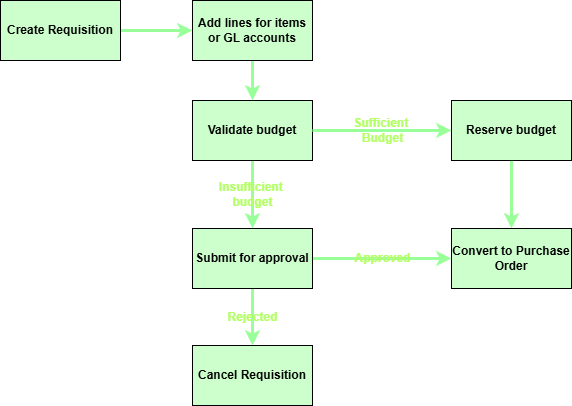
braintree-brainworx/Braintree-PPS-Cloud keeps this draw.io diagram as Project-Management/Purchases.drawio.png. Above is the earlier version. Source tidied: cells renumbered, new cells last; positions are measured from the earlier drawing's top-left corner, leaving out a move shared by most shapes.
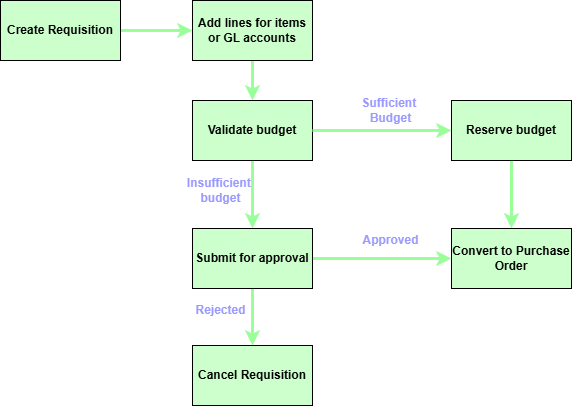
After the change.

Diff of the diagram source:
```diff
@@ -14,14 +14,14 @@
     <mxCell id="5" value="Add lines for items or GL accounts" style="rounded=0;whiteSpace=wrap;html=1;fontFamily=Helvetica;fontSize=12;fontColor=default;labelBackgroundColor=none;fontStyle=1;fillStyle=solid;fillColor=#CCFFCC;" parent="1" vertex="1">
       <mxGeometry x="192" width="120" height="60" as="geometry" />
     </mxCell>
-    <mxCell id="6" value="&lt;font style=&quot;color: rgb(179, 255, 102);&quot;&gt;Insufficient&amp;nbsp;&lt;/font&gt;&lt;div&gt;&lt;font style=&quot;color: rgb(179, 255, 102);&quot;&gt;budget&lt;/font&gt;&lt;/div&gt;" style="edgeStyle=orthogonalEdgeStyle;shape=connector;rounded=1;html=1;strokeColor=#99FF99;strokeWidth=3;align=center;verticalAlign=middle;fontFamily=Helvetica;fontSize=12;fontColor=default;labelBackgroundColor=none;endArrow=classic;fontStyle=1;" parent="1" edge="1" source="7" target="14">
-      <mxGeometry relative="1" as="geometry" />
+    <mxCell id="6" value="&lt;font style=&quot;color: rgb(153, 153, 255);&quot;&gt;Insufficient&amp;nbsp;&lt;/font&gt;&lt;div&gt;&lt;font style=&quot;color: rgb(153, 153, 255);&quot;&gt;budget&lt;/font&gt;&lt;/div&gt;" style="edgeStyle=orthogonalEdgeStyle;shape=connector;rounded=1;html=1;strokeColor=#99FF99;strokeWidth=3;align=center;verticalAlign=middle;fontFamily=Helvetica;fontSize=12;fontColor=default;labelBackgroundColor=none;endArrow=classic;fontStyle=1;" parent="1" edge="1" source="7" target="14">
+      <mxGeometry x="-0.12" y="-32" relative="1" as="geometry" />
     </mxCell>
     <mxCell id="7" value="Validate budget" style="whiteSpace=wrap;html=1;fontSize=12;rounded=0;labelBackgroundColor=none;fontStyle=1;fillStyle=solid;fillColor=#CCFFCC;" parent="1" vertex="1">
       <mxGeometry x="192" y="100" width="120" height="60" as="geometry" />
     </mxCell>
-    <mxCell id="8" value="&lt;font style=&quot;color: rgb(179, 255, 102);&quot;&gt;Sufficient&amp;nbsp;&lt;/font&gt;&lt;div&gt;&lt;font style=&quot;color: rgb(179, 255, 102);&quot;&gt;Budget&lt;/font&gt;&lt;/div&gt;" style="edgeStyle=orthogonalEdgeStyle;shape=connector;rounded=1;html=1;strokeColor=#99FF99;strokeWidth=3;align=center;verticalAlign=middle;fontFamily=Helvetica;fontSize=12;fontColor=#66FF66;labelBackgroundColor=none;endArrow=classic;exitX=1;exitY=0.5;exitDx=0;exitDy=0;fontStyle=1;" parent="1" edge="1" source="7" target="10">
-      <mxGeometry x="0.01" relative="1" as="geometry" />
+    <mxCell id="8" value="&lt;font style=&quot;color: rgb(153, 153, 255);&quot;&gt;Sufficient&amp;nbsp;&lt;/font&gt;&lt;div&gt;&lt;font style=&quot;color: rgb(153, 153, 255);&quot;&gt;Budget&lt;/font&gt;&lt;/div&gt;" style="edgeStyle=orthogonalEdgeStyle;shape=connector;rounded=1;html=1;strokeColor=#99FF99;strokeWidth=3;align=center;verticalAlign=middle;fontFamily=Helvetica;fontSize=12;fontColor=#9999FF;labelBackgroundColor=none;endArrow=classic;exitX=1;exitY=0.5;exitDx=0;exitDy=0;fontStyle=1;" parent="1" edge="1" source="7" target="10">
+      <mxGeometry x="0.12" y="20" relative="1" as="geometry" />
     </mxCell>
     <mxCell id="9" style="edgeStyle=orthogonalEdgeStyle;shape=connector;rounded=1;html=1;strokeColor=#99FF99;strokeWidth=3;align=center;verticalAlign=middle;fontFamily=Helvetica;fontSize=12;fontColor=default;labelBackgroundColor=none;endArrow=classic;fontStyle=1;" parent="1" edge="1" source="10" target="11">
       <mxGeometry relative="1" as="geometry" />
@@ -32,11 +32,11 @@
     <mxCell id="11" value="Convert to Purchase Order" style="whiteSpace=wrap;html=1;fontSize=12;rounded=0;labelBackgroundColor=none;fontStyle=1;fillStyle=solid;fillColor=#CCFFCC;" parent="1" vertex="1">
       <mxGeometry x="451" y="228" width="120" height="60" as="geometry" />
     </mxCell>
-    <mxCell id="12" value="&lt;font style=&quot;color: rgb(179, 255, 102);&quot;&gt;Rejected&lt;/font&gt;" style="edgeStyle=orthogonalEdgeStyle;shape=connector;rounded=1;html=1;strokeColor=#99FF99;strokeWidth=3;align=center;verticalAlign=middle;fontFamily=Helvetica;fontSize=12;fontColor=default;labelBackgroundColor=none;endArrow=classic;fontStyle=1;" parent="1" edge="1" source="14" target="15">
-      <mxGeometry relative="1" as="geometry" />
+    <mxCell id="12" value="&lt;font style=&quot;color: rgb(153, 153, 255);&quot;&gt;Rejected&lt;/font&gt;" style="edgeStyle=orthogonalEdgeStyle;shape=connector;rounded=1;html=1;strokeColor=#99FF99;strokeWidth=3;align=center;verticalAlign=middle;fontFamily=Helvetica;fontSize=12;fontColor=default;labelBackgroundColor=none;endArrow=classic;fontStyle=1;" parent="1" edge="1" source="14" target="15">
+      <mxGeometry x="-0.23" y="-32" relative="1" as="geometry" />
     </mxCell>
-    <mxCell id="13" value="Approved" style="edgeStyle=orthogonalEdgeStyle;shape=connector;rounded=1;html=1;exitX=1;exitY=0.5;exitDx=0;exitDy=0;entryX=0;entryY=0.5;entryDx=0;entryDy=0;strokeColor=#99FF99;strokeWidth=3;align=center;verticalAlign=middle;fontFamily=Helvetica;fontSize=12;fontColor=#B3FF66;labelBackgroundColor=none;endArrow=classic;fontStyle=1;" parent="1" edge="1" source="14" target="11">
-      <mxGeometry relative="1" as="geometry" />
+    <mxCell id="13" value="Approved" style="edgeStyle=orthogonalEdgeStyle;shape=connector;rounded=1;html=1;exitX=1;exitY=0.5;exitDx=0;exitDy=0;entryX=0;entryY=0.5;entryDx=0;entryDy=0;strokeColor=#99FF99;strokeWidth=3;align=center;verticalAlign=middle;fontFamily=Helvetica;fontSize=12;fontColor=#9999FF;labelBackgroundColor=none;endArrow=classic;fontStyle=1;" parent="1" edge="1" source="14" target="11">
+      <mxGeometry x="0.12" y="18" relative="1" as="geometry" />
     </mxCell>
     <mxCell id="14" value="Submit for approval" style="whiteSpace=wrap;html=1;fontSize=12;rounded=0;labelBackgroundColor=none;fontStyle=1;fillStyle=solid;fillColor=#CCFFCC;" parent="1" vertex="1">
       <mxGeometry x="192" y="228" width="120" height="60" as="geometry" />
```
